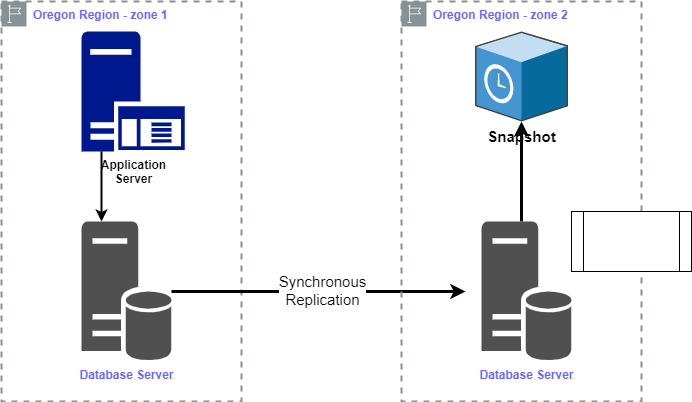
Earlier version of the draw.io export DB-Arch-with-Sync-replication.drawio.png (pyvivid/gcp-refs). Source tidied: cells renumbered, new cells last; positions are measured from the earlier drawing's top-left corner, leaving out a move shared by most shapes.
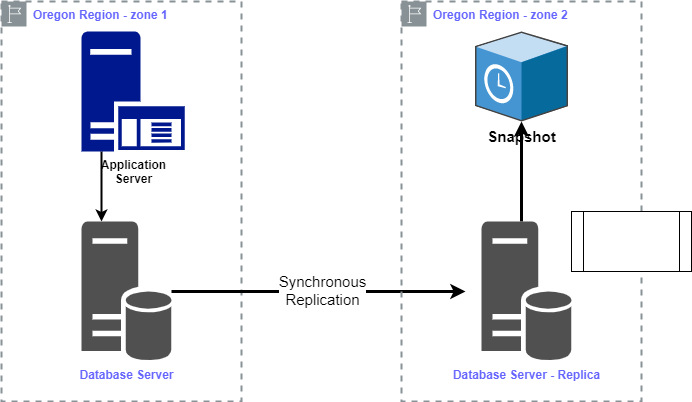
After the change.

What changed in the source:
```diff
@@ -40,7 +40,7 @@
         </Array>
       </mxGeometry>
     </mxCell>
-    <mxCell id="10" value="&lt;b&gt;Database Server&lt;/b&gt;" style="sketch=0;shadow=0;dashed=0;html=1;strokeColor=none;fillColor=#505050;labelPosition=center;verticalLabelPosition=bottom;verticalAlign=top;outlineConnect=0;align=center;shape=mxgraph.office.databases.database_server;fontColor=#6666FF;" parent="1" vertex="1">
+    <mxCell id="10" value="&lt;b&gt;Database Server - Replica&lt;/b&gt;" style="sketch=0;shadow=0;dashed=0;html=1;strokeColor=none;fillColor=#505050;labelPosition=center;verticalLabelPosition=bottom;verticalAlign=top;outlineConnect=0;align=center;shape=mxgraph.office.databases.database_server;fontColor=#6666FF;" parent="1" vertex="1">
       <mxGeometry x="480" y="220" width="90" height="140" as="geometry" />
     </mxCell>
     <mxCell id="11" style="shape=process;whiteSpace=wrap;html=1;backgroundOutline=1;fontSize=15;" parent="1" vertex="1">
```
